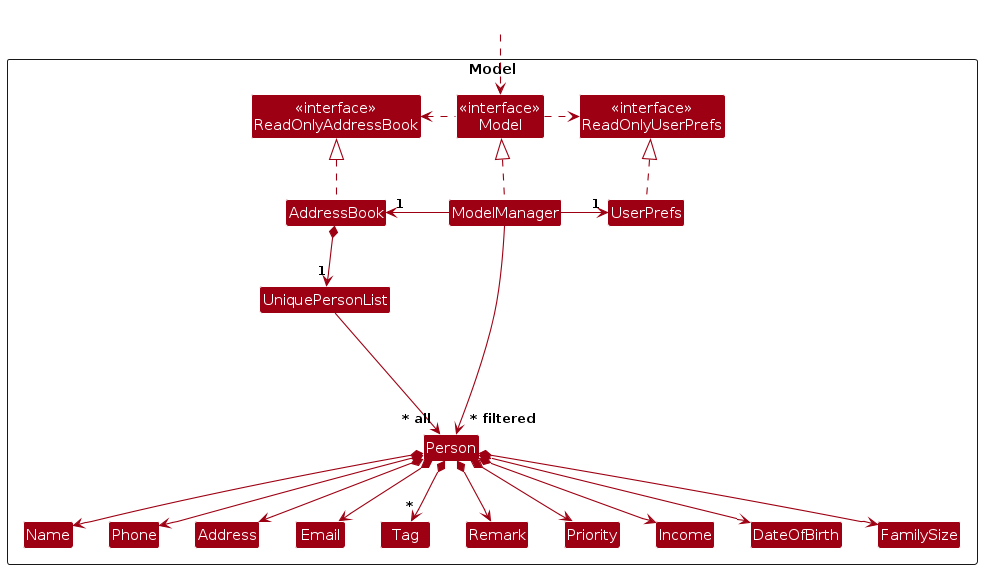
Above: diagrams/ModelClassDiagram.png in LeongWZ/tp (PlantUML), before the change. Its source is kept beside it as diagrams/ModelClassDiagram.puml. Source of this version:
```plantuml
@startuml
!include style.puml
skinparam arrowThickness 1.1
skinparam arrowColor MODEL_COLOR
skinparam classBackgroundColor MODEL_COLOR

Package Model as ModelPackage <<Rectangle>>{
Class "<<interface>>\nReadOnlyAddressBook" as ReadOnlyAddressBook
Class "<<interface>>\nReadOnlyUserPrefs" as ReadOnlyUserPrefs
Class "<<interface>>\nModel" as Model
Class AddressBook
Class ModelManager
Class UserPrefs

Class UniquePersonList
Class Person
Class Address
Class Email
Class Name
Class Phone
Class Tag
Class Remark
Class Priority
Class Income
Class DateOfBirth
Class FamilySize

Class I #FFFFFF
}

Class HiddenOutside #FFFFFF
HiddenOutside ..> Model

AddressBook .up.|> ReadOnlyAddressBook

ModelManager .up.|> Model
Model .right.> ReadOnlyUserPrefs
Model .left.> ReadOnlyAddressBook
ModelManager -left-> "1" AddressBook
ModelManager -right-> "1" UserPrefs
UserPrefs .up.|> ReadOnlyUserPrefs

AddressBook *--> "1" UniquePersonList
UniquePersonList --> "~* all" Person
Person *--> Name
Person *--> Phone
Person *--> Email
Person *--> Address
Person *--> "*" Tag
Person *--> Remark
Person *--> Priority
Person *--> Income
Person *--> DateOfBirth
Person *--> FamilySize

Person -[hidden]up--> I
UniquePersonList -[hidden]right-> I

Name -[hidden]right-> Phone
Phone -[hidden]right-> Address
Address -[hidden]right-> Email

ModelManager --> "~* filtered" Person
@enduml
```
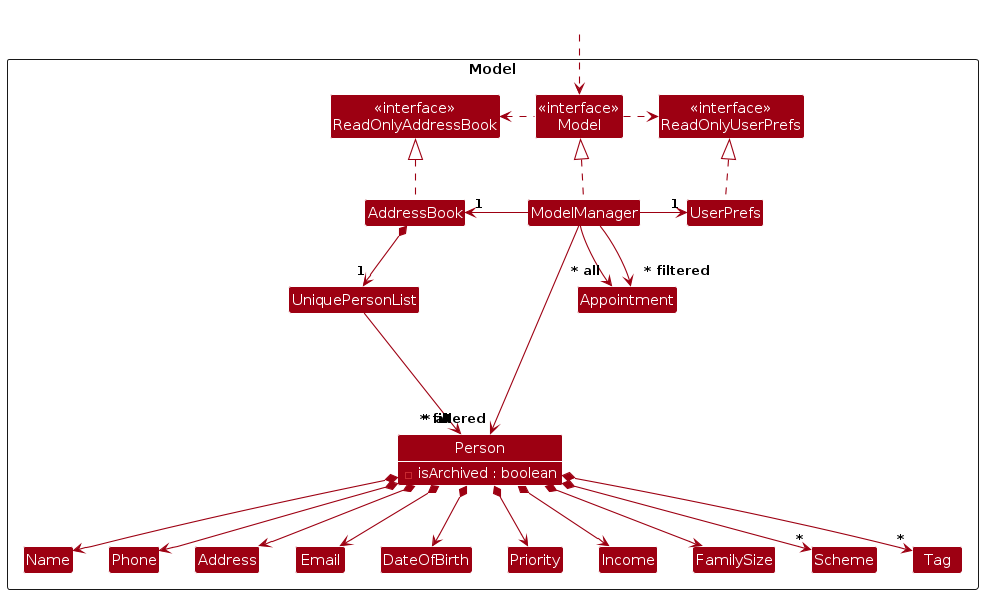
After the change.

Diff of the diagram source:
```diff
@@ -13,20 +13,26 @@
 Class UserPrefs
 
 Class UniquePersonList
-Class Person
-Class Address
-Class Email
+Class Person {
+    - isArchived : boolean
+}
 Class Name
 Class Phone
-Class Tag
-Class Remark
+Class Email
+Class Address
+Class DateOfBirth
 Class Priority
 Class Income
-Class DateOfBirth
 Class FamilySize
+Class Scheme
+Class Tag
+
+class Appointment
 
 Class I #FFFFFF
 }
+
+show Person fields
 
 Class HiddenOutside #FFFFFF
 HiddenOutside ..> Model
@@ -46,12 +52,12 @@
 Person *--> Phone
 Person *--> Email
 Person *--> Address
-Person *--> "*" Tag
-Person *--> Remark
+Person *--> DateOfBirth
 Person *--> Priority
 Person *--> Income
-Person *--> DateOfBirth
 Person *--> FamilySize
+Person *--> "*" Scheme
+Person *--> "*" Tag
 
 Person -[hidden]up--> I
 UniquePersonList -[hidden]right-> I
@@ -61,4 +67,7 @@
 Address -[hidden]right-> Email
 
 ModelManager --> "~* filtered" Person
+
+ModelManager --> "~* all" Appointment
+ModelManager --> "~* filtered" Appointment
 @enduml
```
